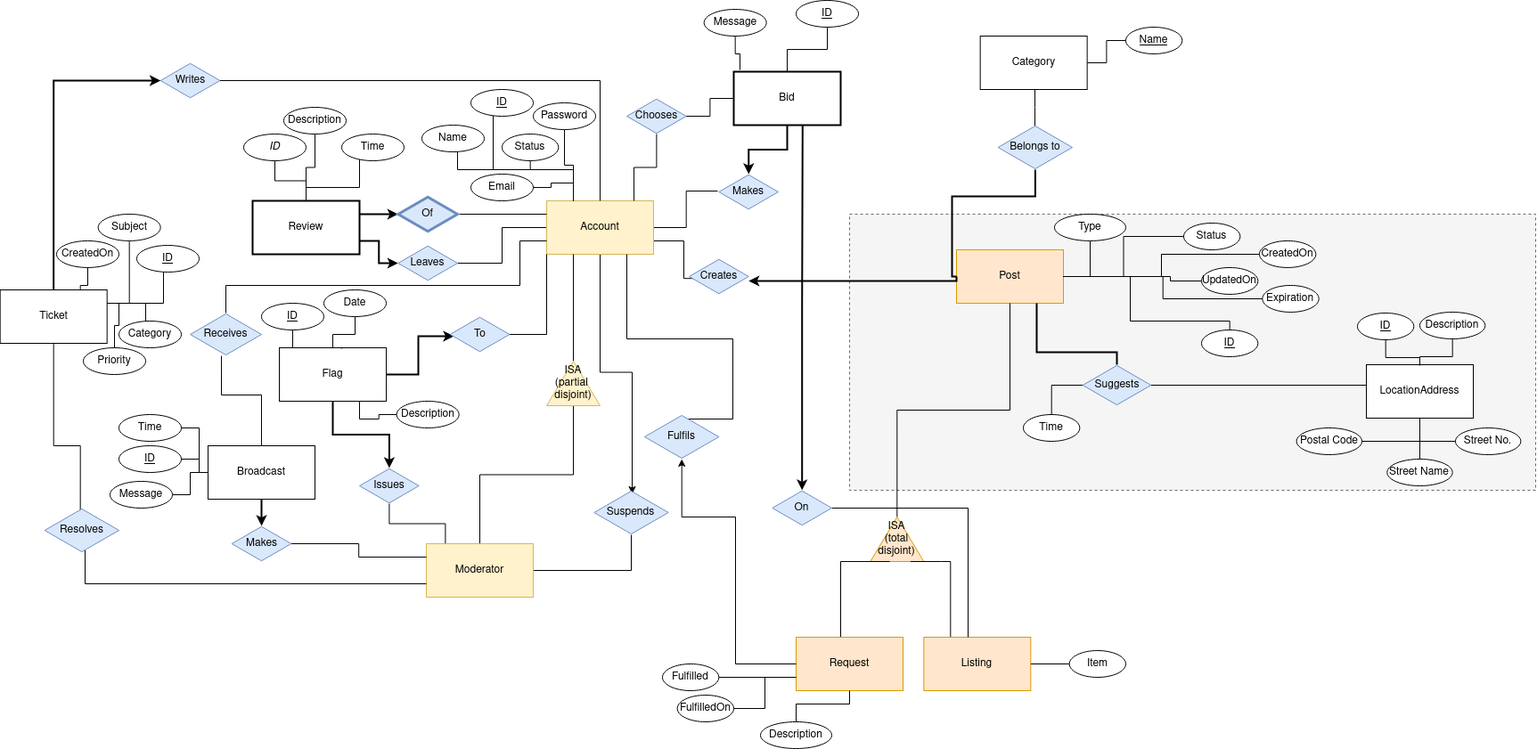
The draw.io diagram UBC Give ER Diagram.drawio.png in aliuwho/cpsc-304-project, before a commit. Source tidied: cells renumbered, new cells last; positions are measured from the earlier drawing's top-left corner, leaving out a move shared by most shapes.
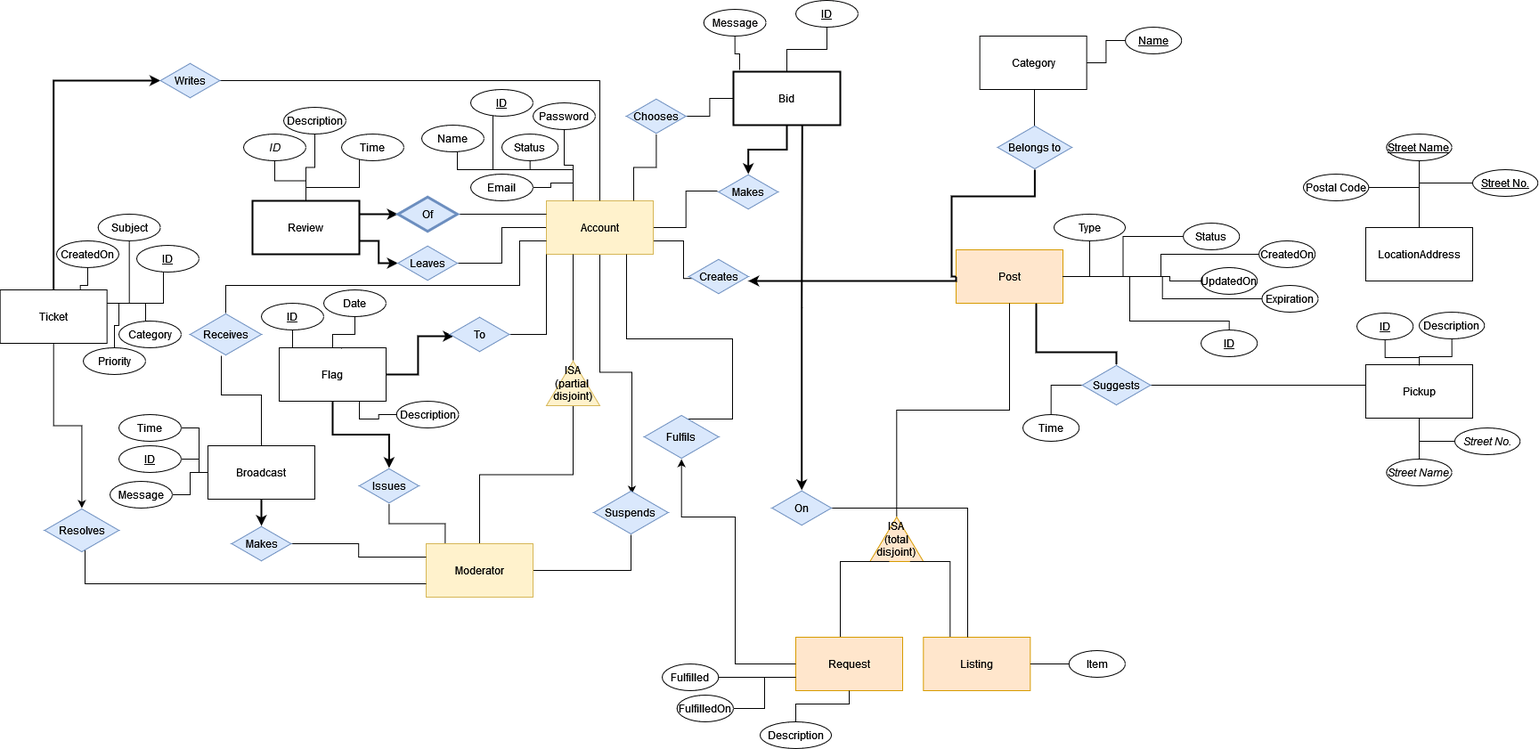
The same diagram one commit later.

Commit message:
Added Pickup to represent updated schema

The edit, as a diff of the source:
```diff
@@ -5,9 +5,6 @@
     <mxCell id="2" style="edgeStyle=orthogonalEdgeStyle;rounded=0;jettySize=auto;html=1;entryX=0.25;entryY=0;entryDx=0;entryDy=0;endArrow=none;endFill=0;" parent="1" edge="1" source="115" target="8">
       <mxGeometry relative="1" as="geometry" />
     </mxCell>
-    <mxCell id="3" style="rounded=0;whiteSpace=wrap;html=1;dashed=1;fillColor=#f5f5f5;strokeColor=#666666;fontColor=#333333;" parent="1" vertex="1">
-      <mxGeometry x="953" y="239.9" width="770" height="310" as="geometry" />
-    </mxCell>
     <mxCell id="4" style="edgeStyle=orthogonalEdgeStyle;rounded=0;jettySize=auto;html=1;exitX=1;exitY=0.75;exitDx=0;exitDy=0;endArrow=none;endFill=0;entryX=0.064;entryY=0.554;entryDx=0;entryDy=0;entryPerimeter=0;" parent="1" edge="1" source="8" target="53">
       <mxGeometry relative="1" as="geometry">
         <Array as="points">
@@ -31,7 +28,7 @@
     <mxCell id="9" value="Post" style="rounded=0;whiteSpace=wrap;html=1;fillColor=#ffe6cc;strokeColor=#d79b00;" parent="1" vertex="1">
       <mxGeometry x="1073" y="280" width="120" height="60" as="geometry" />
     </mxCell>
-    <mxCell id="10" value="LocationAddress" style="rounded=0;whiteSpace=wrap;html=1;" parent="1" vertex="1">
+    <mxCell id="10" value="Pickup" style="rounded=0;whiteSpace=wrap;html=1;" parent="1" vertex="1">
       <mxGeometry x="1533" y="409" width="120" height="60" as="geometry" />
     </mxCell>
     <mxCell id="11" style="edgeStyle=orthogonalEdgeStyle;rounded=0;jettySize=auto;html=1;entryX=0.496;entryY=0.08;entryDx=0;entryDy=0;entryPerimeter=0;startArrow=none;startFill=0;endArrow=none;endFill=0;strokeWidth=1;" parent="1" edge="1" source="12" target="38">
@@ -79,14 +76,6 @@
         </Array>
       </mxGeometry>
     </mxCell>
-    <mxCell id="23" style="edgeStyle=orthogonalEdgeStyle;rounded=0;jettySize=auto;html=1;startArrow=none;startFill=0;endArrow=none;endFill=0;strokeWidth=1;exitX=0.5;exitY=1;exitDx=0;exitDy=0;entryX=0.48;entryY=0.08;entryDx=0;entryDy=0;entryPerimeter=0;" parent="1" edge="1" source="24" target="28">
-      <mxGeometry relative="1" as="geometry">
-        <Array as="points">
-          <mxPoint x="60" y="500" />
-          <mxPoint x="90" y="500" />
-        </Array>
-      </mxGeometry>
-    </mxCell>
     <mxCell id="24" value="Ticket" style="rounded=0;whiteSpace=wrap;html=1;" parent="1" vertex="1">
       <mxGeometry x="-0.3" y="325" width="120" height="60" as="geometry" />
     </mxCell>
@@ -104,6 +93,9 @@
         </Array>
       </mxGeometry>
     </mxCell>
+    <mxCell id="146" style="edgeStyle=orthogonalEdgeStyle;rounded=0;jettySize=auto;html=1;startArrow=classic;startFill=1;endArrow=none;endFill=0;strokeWidth=1;" parent="1" edge="1" source="28" target="24">
+      <mxGeometry relative="1" as="geometry" />
+    </mxCell>
     <mxCell id="28" value="Resolves" style="html=1;whiteSpace=wrap;shape=isoRectangle;fillColor=#dae8fc;strokeColor=#6c8ebf;" parent="1" vertex="1">
       <mxGeometry x="49.7" y="570" width="83.3" height="50" as="geometry" />
     </mxCell>
@@ -486,26 +478,19 @@
         <mxPoint x="1593" y="480" as="targetPoint" />
       </mxGeometry>
     </mxCell>
-    <mxCell id="123" value="Street Name" style="ellipse;whiteSpace=wrap;html=1;rounded=0;" parent="1" vertex="1">
+    <mxCell id="123" value="&lt;i&gt;Street Name&lt;/i&gt;" style="ellipse;whiteSpace=wrap;html=1;rounded=0;" parent="1" vertex="1">
       <mxGeometry x="1556.3" y="515" width="73.3" height="30" as="geometry" />
     </mxCell>
-    <mxCell id="124" style="edgeStyle=orthogonalEdgeStyle;rounded=0;jettySize=auto;html=1;endArrow=none;endFill=0;" parent="1" edge="1" source="125">
+    <mxCell id="124" style="edgeStyle=orthogonalEdgeStyle;rounded=0;jettySize=auto;html=1;endArrow=none;endFill=0;entryX=0.5;entryY=1;entryDx=0;entryDy=0;" parent="1" edge="1" source="125" target="10">
       <mxGeometry relative="1" as="geometry">
-        <mxPoint x="1593" y="480" as="targetPoint" />
         <Array as="points">
           <mxPoint x="1593" y="495" />
         </Array>
       </mxGeometry>
     </mxCell>
-    <mxCell id="125" value="Street No." style="ellipse;whiteSpace=wrap;html=1;rounded=0;" parent="1" vertex="1">
+    <mxCell id="125" value="&lt;i&gt;Street No.&lt;/i&gt;" style="ellipse;whiteSpace=wrap;html=1;rounded=0;" parent="1" vertex="1">
       <mxGeometry x="1633" y="480" width="73.3" height="30" as="geometry" />
     </mxCell>
-    <mxCell id="126" style="edgeStyle=orthogonalEdgeStyle;rounded=0;jettySize=auto;html=1;endArrow=none;endFill=0;" parent="1" edge="1" source="127" target="10">
-      <mxGeometry relative="1" as="geometry" />
-    </mxCell>
-    <mxCell id="127" value="Postal Code" style="ellipse;whiteSpace=wrap;html=1;rounded=0;" parent="1" vertex="1">
-      <mxGeometry x="1454.7" y="480" width="73.3" height="30" as="geometry" />
-    </mxCell>
     <mxCell id="128" style="edgeStyle=orthogonalEdgeStyle;rounded=0;jettySize=auto;html=1;endArrow=none;endFill=0;" parent="1" edge="1" source="129" target="48">
       <mxGeometry relative="1" as="geometry" />
     </mxCell>
@@ -573,5 +558,26 @@
     <mxCell id="145" value="&lt;div&gt;CreatedOn&lt;/div&gt;" style="ellipse;whiteSpace=wrap;html=1;rounded=0;" parent="1" vertex="1">
       <mxGeometry x="63" y="269.9" width="70" height="30" as="geometry" />
     </mxCell>
+    <mxCell id="147" style="edgeStyle=orthogonalEdgeStyle;rounded=0;jettySize=auto;html=1;exitX=0.5;exitY=0;exitDx=0;exitDy=0;entryX=0;entryY=0.5;entryDx=0;entryDy=0;endArrow=none;endFill=0;" parent="1" edge="1" source="149" target="152">
+      <mxGeometry relative="1" as="geometry" />
+    </mxCell>
+    <mxCell id="148" style="edgeStyle=orthogonalEdgeStyle;rounded=0;jettySize=auto;html=1;exitX=0.5;exitY=0;exitDx=0;exitDy=0;entryX=1;entryY=0.5;entryDx=0;entryDy=0;endArrow=none;endFill=0;" parent="1" edge="1" source="149" target="127">
+      <mxGeometry relative="1" as="geometry" />
+    </mxCell>
+    <mxCell id="149" value="LocationAddress" style="rounded=0;whiteSpace=wrap;html=1;" parent="1" vertex="1">
+      <mxGeometry x="1533" y="255" width="120" height="60" as="geometry" />
+    </mxCell>
+    <mxCell id="150" style="edgeStyle=orthogonalEdgeStyle;rounded=0;jettySize=auto;html=1;exitX=0.5;exitY=1;exitDx=0;exitDy=0;endArrow=none;endFill=0;" parent="1" edge="1" source="151" target="149">
+      <mxGeometry relative="1" as="geometry" />
+    </mxCell>
+    <mxCell id="151" value="&lt;u&gt;Street Name&lt;/u&gt;" style="ellipse;whiteSpace=wrap;html=1;rounded=0;" parent="1" vertex="1">
+      <mxGeometry x="1556.3" y="150" width="73.3" height="30" as="geometry" />
+    </mxCell>
+    <mxCell id="152" value="&lt;u&gt;Street No.&lt;/u&gt;" style="ellipse;whiteSpace=wrap;html=1;rounded=0;" parent="1" vertex="1">
+      <mxGeometry x="1653" y="190" width="73.3" height="30" as="geometry" />
+    </mxCell>
+    <mxCell id="127" value="Postal Code" style="ellipse;whiteSpace=wrap;html=1;rounded=0;" parent="1" vertex="1">
+      <mxGeometry x="1463" y="195" width="73.3" height="30" as="geometry" />
+    </mxCell>
   </root>
 </mxGraphModel>
```
